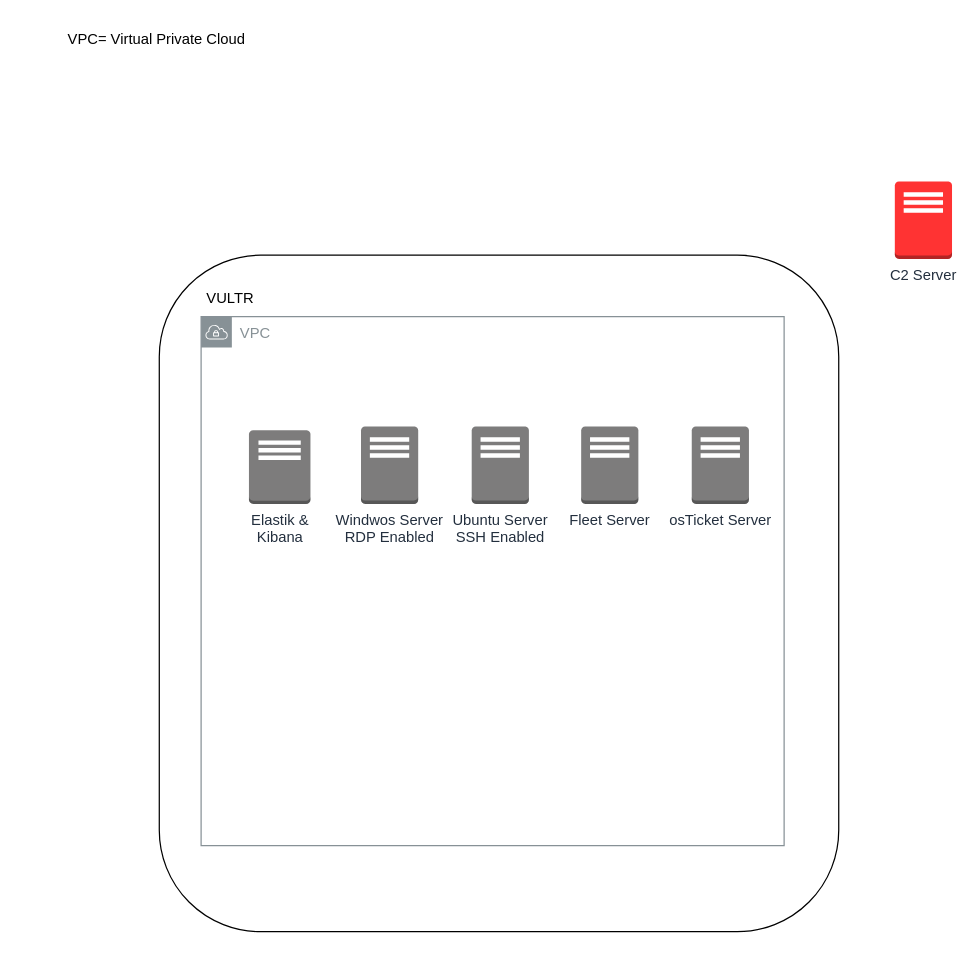
Above: 30Day-MyDFIR-Diagram.drawio in Fox-Anywhere/30-days-SOC-Project (draw.io), before the change. Source tidied: cells renumbered, new cells numbered last; positions are measured from the earlier drawing's top-left corner, leaving out a move shared by most shapes. Both pictures are drawn from the tidied source at 123%, with x=0, y=0 at pixel (21, 21).
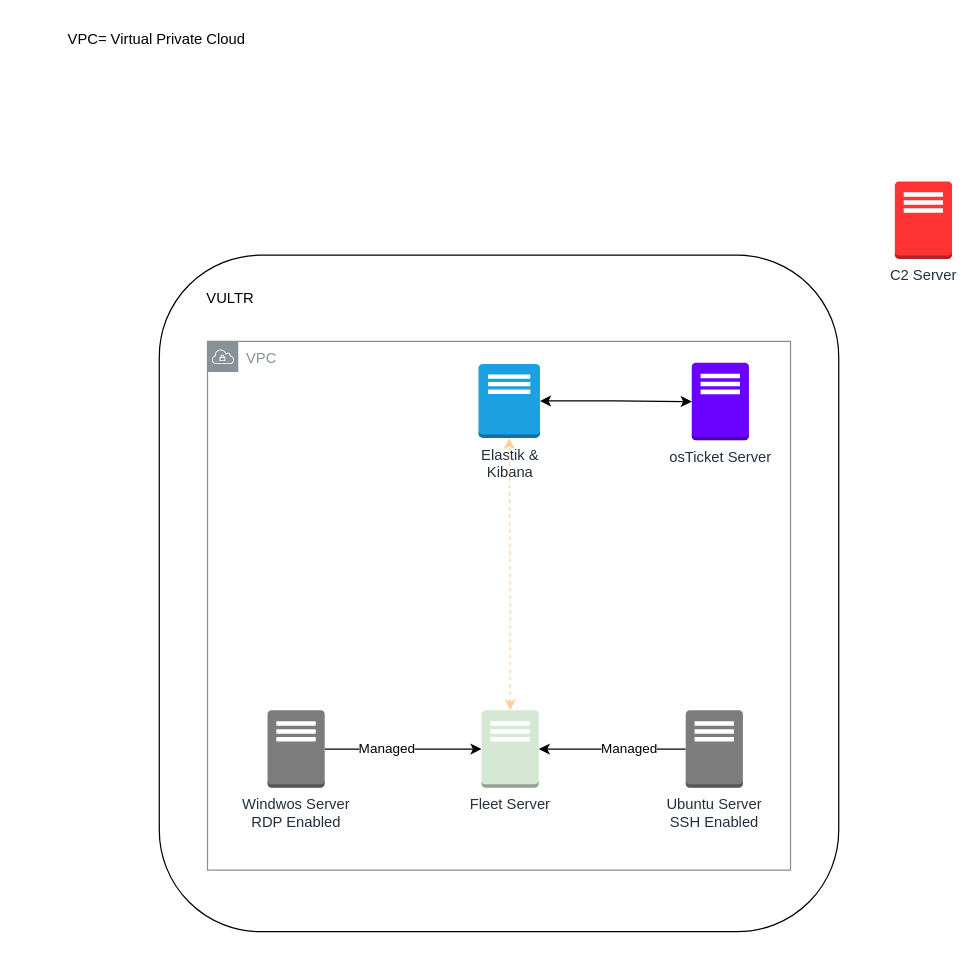
Above is the later version.

Diff of the diagram source:
```diff
@@
 <mxGraphModel>
   <root>
     <mxCell id="0" />
     <mxCell id="1" parent="0" />
     <mxCell id="2" style="rounded=1;whiteSpace=wrap;html=1;" parent="1" vertex="1">
       <mxGeometry x="112" y="190" width="552.4" height="550" as="geometry" />
     </mxCell>
+    <mxCell id="8" value="VPC" style="sketch=0;gradientColor=none;html=1;whiteSpace=wrap;fontSize=12;fontStyle=0;shape=mxgraph.aws4.group;grIcon=mxgraph.aws4.group_vpc;strokeColor=#879196;fillColor=none;verticalAlign=top;align=left;spacingLeft=30;fontColor=#879196;dashed=0;" parent="1" vertex="1">
+      <mxGeometry x="151.2" y="260" width="474" height="430" as="geometry" />
+    </mxCell>
     <mxCell id="3" value="VULTR" style="text;html=1;align=center;verticalAlign=middle;whiteSpace=wrap;rounded=0;" parent="1" vertex="1">
       <mxGeometry x="140" y="210" width="60" height="30" as="geometry" />
     </mxCell>
+    <mxCell id="12" style="edgeStyle=orthogonalEdgeStyle;rounded=0;jettySize=auto;html=1;startArrow=classic;startFill=1;" parent="1" edge="1" source="4" target="9">
+      <mxGeometry relative="1" as="geometry" />
+    </mxCell>
-    <mxCell id="4" value="&lt;span style=&quot;color: rgb(35, 47, 62);&quot;&gt;Elastik &amp;amp;&lt;/span&gt;&lt;div style=&quot;color: rgb(35, 47, 62);&quot;&gt;Kibana&lt;/div&gt;" style="outlineConnect=0;dashed=0;verticalLabelPosition=bottom;verticalAlign=top;align=center;html=1;shape=mxgraph.aws3.traditional_server;fillColor=#7D7C7C;gradientColor=none;" parent="1" vertex="1">
-      <mxGeometry x="184.9" y="332.2" width="50" height="60" as="geometry" />
+    <mxCell id="4" value="&lt;span style=&quot;color: rgb(35, 47, 62);&quot;&gt;Elastik &amp;amp;&lt;/span&gt;&lt;div style=&quot;color: rgb(35, 47, 62);&quot;&gt;Kibana&lt;/div&gt;" style="outlineConnect=0;dashed=0;verticalLabelPosition=bottom;verticalAlign=top;align=center;html=1;shape=mxgraph.aws3.traditional_server;fillColor=#1ba1e2;strokeColor=#006EAF;fontColor=#ffffff;" parent="1" vertex="1">
+      <mxGeometry x="371.5" y="278.5" width="50" height="60" as="geometry" />
     </mxCell>
+    <mxCell id="13" style="edgeStyle=orthogonalEdgeStyle;rounded=0;jettySize=auto;html=1;" parent="1" edge="1" source="5" target="7">
+      <mxGeometry relative="1" as="geometry" />
+    </mxCell>
+    <mxCell id="14" value="Managed" style="edgeLabel;html=1;align=center;verticalAlign=middle;" parent="13" vertex="1">
+      <mxGeometry x="-0.22" y="2" relative="1" as="geometry">
+        <mxPoint y="1" as="offset" />
+      </mxGeometry>
+    </mxCell>
     <mxCell id="5" value="&lt;span style=&quot;color: rgb(35, 47, 62);&quot;&gt;Windwos Server&lt;/span&gt;&lt;div style=&quot;color: rgb(35, 47, 62);&quot;&gt;RDP Enabled&lt;/div&gt;" style="outlineConnect=0;dashed=0;verticalLabelPosition=bottom;verticalAlign=top;align=center;html=1;shape=mxgraph.aws3.traditional_server;fillColor=#7D7C7C;gradientColor=none;" parent="1" vertex="1">
-      <mxGeometry x="276" y="329.2" width="46.5" height="63" as="geometry" />
+      <mxGeometry x="200" y="560" width="46.5" height="63" as="geometry" />
     </mxCell>
+    <mxCell id="15" style="edgeStyle=orthogonalEdgeStyle;rounded=0;jettySize=auto;html=1;" parent="1" edge="1" source="6" target="7">
+      <mxGeometry relative="1" as="geometry" />
+    </mxCell>
+    <mxCell id="16" value="Managed" style="edgeLabel;html=1;align=center;verticalAlign=middle;" parent="15" vertex="1">
+      <mxGeometry x="-0.21" y="-1" relative="1" as="geometry" />
+    </mxCell>
     <mxCell id="6" value="&lt;span style=&quot;color: rgb(35, 47, 62);&quot;&gt;Ubuntu Server&lt;/span&gt;&lt;div style=&quot;color: rgb(35, 47, 62);&quot;&gt;SSH Enabled&lt;/div&gt;" style="outlineConnect=0;dashed=0;verticalLabelPosition=bottom;verticalAlign=top;align=center;html=1;shape=mxgraph.aws3.traditional_server;fillColor=#7D7C7C;gradientColor=none;" parent="1" vertex="1">
-      <mxGeometry x="366" y="329.2" width="46.5" height="63" as="geometry" />
+      <mxGeometry x="540" y="560" width="46.5" height="63" as="geometry" />
     </mxCell>
+    <mxCell id="17" style="edgeStyle=orthogonalEdgeStyle;rounded=0;jettySize=auto;html=1;startArrow=classic;startFill=1;strokeColor=#FFCE9F;dashed=1;" parent="1" edge="1" source="7" target="4">
+      <mxGeometry relative="1" as="geometry" />
+    </mxCell>
-    <mxCell id="7" value="&lt;span style=&quot;color: rgb(35, 47, 62);&quot;&gt;Fleet Server&lt;/span&gt;" style="outlineConnect=0;dashed=0;verticalLabelPosition=bottom;verticalAlign=top;align=center;html=1;shape=mxgraph.aws3.traditional_server;fillColor=#7D7C7C;gradientColor=none;" parent="1" vertex="1">
-      <mxGeometry x="455" y="329.2" width="46.5" height="63" as="geometry" />
+    <mxCell id="7" value="&lt;span style=&quot;color: rgb(35, 47, 62);&quot;&gt;Fleet Server&lt;/span&gt;" style="outlineConnect=0;dashed=0;verticalLabelPosition=bottom;verticalAlign=top;align=center;html=1;shape=mxgraph.aws3.traditional_server;fillColor=#d5e8d4;strokeColor=#82b366;" parent="1" vertex="1">
+      <mxGeometry x="374" y="560" width="46.5" height="63" as="geometry" />
     </mxCell>
-    <mxCell id="8" value="VPC" style="sketch=0;gradientColor=none;html=1;whiteSpace=wrap;fontSize=12;fontStyle=0;shape=mxgraph.aws4.group;grIcon=mxgraph.aws4.group_vpc;strokeColor=#879196;fillColor=none;verticalAlign=top;align=left;spacingLeft=30;fontColor=#879196;dashed=0;" parent="1" vertex="1">
-      <mxGeometry x="146" y="240" width="474" height="430" as="geometry" />
-    </mxCell>
-    <mxCell id="9" value="&lt;span style=&quot;color: rgb(35, 47, 62);&quot;&gt;osTicket Server&lt;/span&gt;" style="outlineConnect=0;dashed=0;verticalLabelPosition=bottom;verticalAlign=top;align=center;html=1;shape=mxgraph.aws3.traditional_server;fillColor=#7D7C7C;gradientColor=none;" parent="1" vertex="1">
-      <mxGeometry x="544.9" y="329.2" width="46.5" height="63" as="geometry" />
+    <mxCell id="9" value="&lt;span style=&quot;color: rgb(35, 47, 62);&quot;&gt;osTicket Server&lt;/span&gt;" style="outlineConnect=0;dashed=0;verticalLabelPosition=bottom;verticalAlign=top;align=center;html=1;shape=mxgraph.aws3.traditional_server;fillColor=#6a00ff;strokeColor=#3700CC;fontColor=#ffffff;" parent="1" vertex="1">
+      <mxGeometry x="544.9" y="277.5" width="46.5" height="63" as="geometry" />
     </mxCell>
     <mxCell id="10" value="&lt;span style=&quot;color: rgb(35, 47, 62);&quot;&gt;C2 Server&lt;/span&gt;" style="dashed=0;verticalLabelPosition=bottom;verticalAlign=top;align=center;html=1;shape=mxgraph.aws3.traditional_server;fillColor=#FF3333;gradientColor=none;" parent="1" vertex="1">
       <mxGeometry x="710" y="130" width="46.5" height="63" as="geometry" />
     </mxCell>
     <mxCell id="11" value="VPC= Virtual Private Cloud" style="text;html=1;align=center;verticalAlign=middle;whiteSpace=wrap;rounded=0;labelPosition=center;verticalLabelPosition=middle;" parent="1" vertex="1">
       <mxGeometry width="220" height="30" as="geometry" />
     </mxCell>
   </root>
 </mxGraphModel>
```
